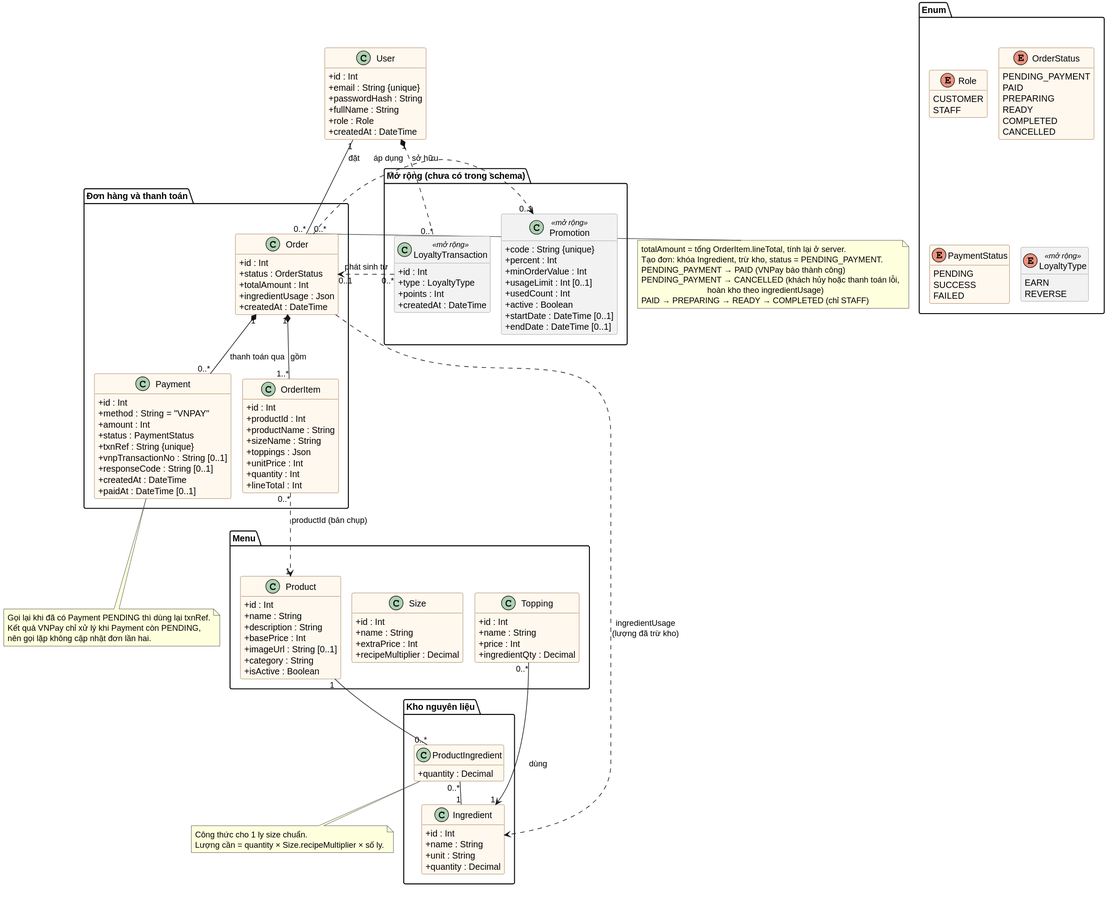
NguyenphamThaitu/FE_brewlite_hk1 keeps this PlantUML diagram as docs/diagrams/class-domain.svg. Above is the earlier version.
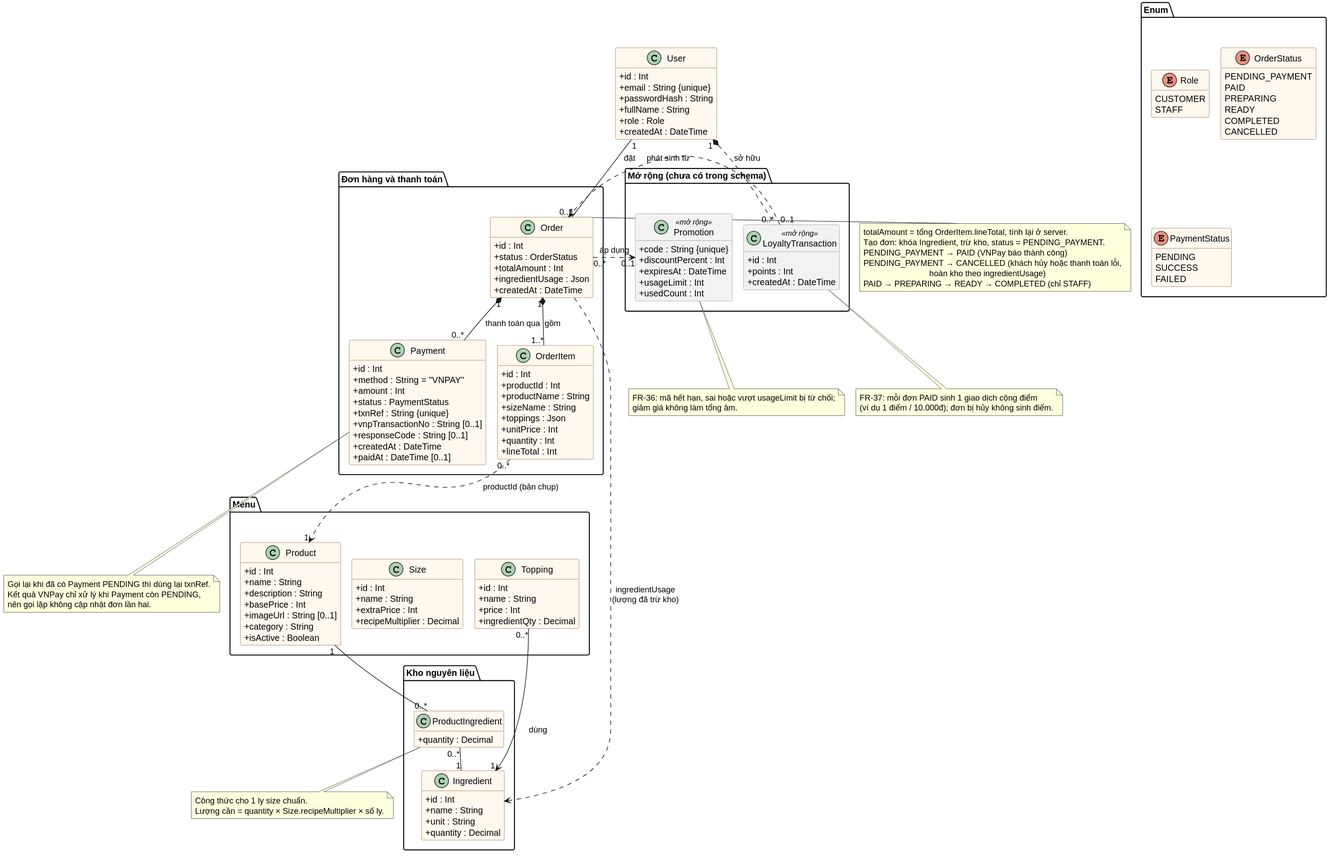
Later version of the same file.

Commit message:
docs(task-2): base Promotion and LoyaltyTransaction on assignment 2 requirements

Derive attributes only from FR-36, FR-37 (SRS draft) and the loyalty points in FR-06, FR-07; drop minOrderValue, active, startDate and the LoyaltyType enum.

Change to the diagram source:
```diff
@@ -31,10 +31,6 @@
     PENDING
     SUCCESS
     FAILED
-  }
-  enum LoyaltyType <<mở rộng>> {
-    EARN
-    REVERSE
   }
 }
 
@@ -117,17 +113,13 @@
 package "Mở rộng (chưa có trong schema)" {
   class Promotion <<mở rộng>> {
     + code : String {unique}
-    + percent : Int
-    + minOrderValue : Int
-    + usageLimit : Int [0..1]
+    + discountPercent : Int
+    + expiresAt : DateTime
+    + usageLimit : Int
     + usedCount : Int
-    + active : Boolean
-    + startDate : DateTime [0..1]
-    + endDate : DateTime [0..1]
   }
   class LoyaltyTransaction <<mở rộng>> {
     + id : Int
-    + type : LoyaltyType
     + points : Int
     + createdAt : DateTime
   }
@@ -145,7 +137,17 @@
 
 Order "0..*" ..> "0..1" Promotion : áp dụng >
 User "1" *.. "0..*" LoyaltyTransaction : sở hữu >
-LoyaltyTransaction "0..*" ..> "0..1" Order : phát sinh từ >
+LoyaltyTransaction "0..1" ..> "1" Order : phát sinh từ >
+
+note bottom of Promotion
+  FR-36: mã hết hạn, sai hoặc vượt usageLimit bị từ chối;
+  giảm giá không làm tổng âm.
+end note
+
+note bottom of LoyaltyTransaction
+  FR-37: mỗi đơn PAID sinh 1 giao dịch cộng điểm
+  (ví dụ 1 điểm / 10.000đ); đơn bị hủy không sinh điểm.
+end note
 
 note right of Order
   totalAmount = tổng OrderItem.lineTotal, tính lại ở server.
```
